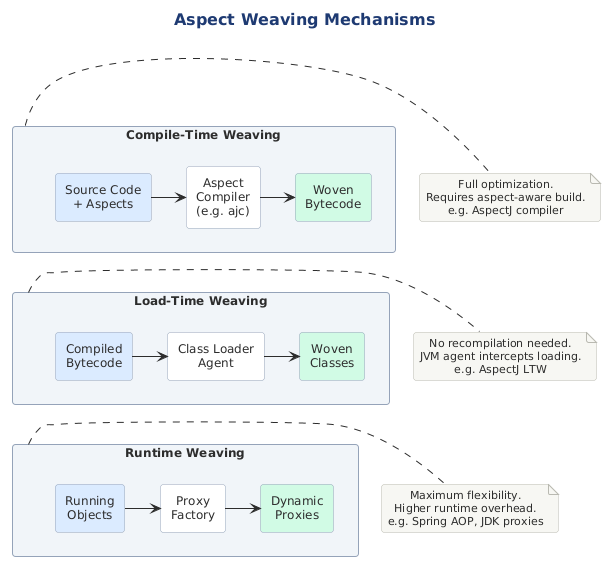
The PlantUML diagram src/architecture/views-and-beyond/style-catalogs/module/aspects-style/png/aspect-weaving-mechanisms.png in Notoriousjayy/latex-docs, before a commit. Source of this version:
```plantuml
@startuml

skinparam rectangleFontColor #1E293B
!include ../../../../../../tooling/styles/plantuml/structural/component-diagram-style.iuml

skinparam rectangleBorderColor #94A3B8

title Aspect Weaving Mechanisms

rectangle "**Compile-Time Weaving**" as ctw #F0F4F8 {
  rectangle "Source Code\n+ Aspects" as ct_in #DBEAFE
  rectangle "Aspect\nCompiler\n(e.g. ajc)" as ct_comp #FFFFFF
  rectangle "Woven\nBytecode" as ct_out #D1FAE5

  ct_in -right-> ct_comp
  ct_comp -right-> ct_out
}

rectangle "**Load-Time Weaving**" as ltw #F0F4F8 {
  rectangle "Compiled\nBytecode" as lt_in #DBEAFE
  rectangle "Class Loader\nAgent" as lt_comp #FFFFFF
  rectangle "Woven\nClasses" as lt_out #D1FAE5

  lt_in -right-> lt_comp
  lt_comp -right-> lt_out
}

rectangle "**Runtime Weaving**" as rtw #F0F4F8 {
  rectangle "Running\nObjects" as rt_in #DBEAFE
  rectangle "Proxy\nFactory" as rt_comp #FFFFFF
  rectangle "Dynamic\nProxies" as rt_out #D1FAE5

  rt_in -right-> rt_comp
  rt_comp -right-> rt_out
}

ctw -[hidden]down-> ltw
ltw -[hidden]down-> rtw

note right of ctw
  Full optimization.
  Requires aspect-aware build.
  e.g. AspectJ compiler
end note

note right of ltw
  No recompilation needed.
  JVM agent intercepts loading.
  e.g. AspectJ LTW
end note

note right of rtw
  Maximum flexibility.
  Higher runtime overhead.
  e.g. Spring AOP, JDK proxies
end note

@enduml
```
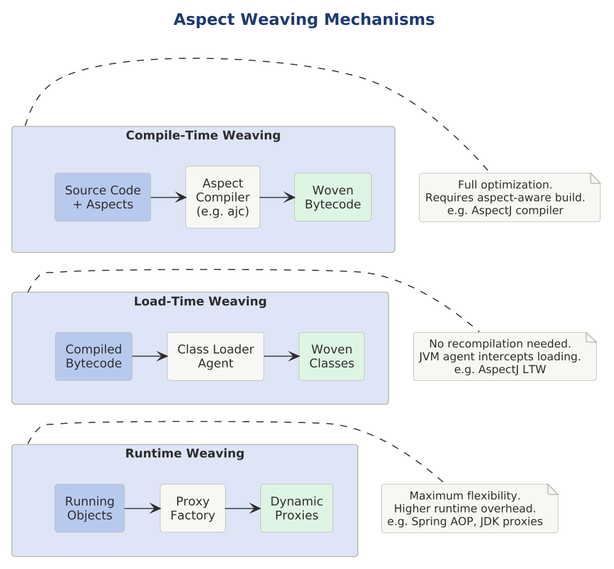
The same diagram one commit later.

What changed in the source:
```diff
@@ -1,34 +1,36 @@
 @startuml
 
-skinparam rectangleFontColor #1E293B
+skinparam dpi 150
+
+
+
+
 !include ../../../../../../tooling/styles/plantuml/structural/component-diagram-style.iuml
-
-skinparam rectangleBorderColor #94A3B8
 
 title Aspect Weaving Mechanisms
 
-rectangle "**Compile-Time Weaving**" as ctw #F0F4F8 {
-  rectangle "Source Code\n+ Aspects" as ct_in #DBEAFE
-  rectangle "Aspect\nCompiler\n(e.g. ajc)" as ct_comp #FFFFFF
-  rectangle "Woven\nBytecode" as ct_out #D1FAE5
+rectangle "**Compile-Time Weaving**" as ctw $fill_primary {
+  rectangle "Source Code\n+ Aspects" as ct_in $deep_primary
+  rectangle "Aspect\nCompiler\n(e.g. ajc)" as ct_comp $theme_surface
+  rectangle "Woven\nBytecode" as ct_out $fill_ok
 
   ct_in -right-> ct_comp
   ct_comp -right-> ct_out
 }
 
-rectangle "**Load-Time Weaving**" as ltw #F0F4F8 {
-  rectangle "Compiled\nBytecode" as lt_in #DBEAFE
-  rectangle "Class Loader\nAgent" as lt_comp #FFFFFF
-  rectangle "Woven\nClasses" as lt_out #D1FAE5
+rectangle "**Load-Time Weaving**" as ltw $fill_primary {
+  rectangle "Compiled\nBytecode" as lt_in $deep_primary
+  rectangle "Class Loader\nAgent" as lt_comp $theme_surface
+  rectangle "Woven\nClasses" as lt_out $fill_ok
 
   lt_in -right-> lt_comp
   lt_comp -right-> lt_out
 }
 
-rectangle "**Runtime Weaving**" as rtw #F0F4F8 {
-  rectangle "Running\nObjects" as rt_in #DBEAFE
-  rectangle "Proxy\nFactory" as rt_comp #FFFFFF
-  rectangle "Dynamic\nProxies" as rt_out #D1FAE5
+rectangle "**Runtime Weaving**" as rtw $fill_primary {
+  rectangle "Running\nObjects" as rt_in $deep_primary
+  rectangle "Proxy\nFactory" as rt_comp $theme_surface
+  rectangle "Dynamic\nProxies" as rt_out $fill_ok
 
   rt_in -right-> rt_comp
   rt_comp -right-> rt_out
```
